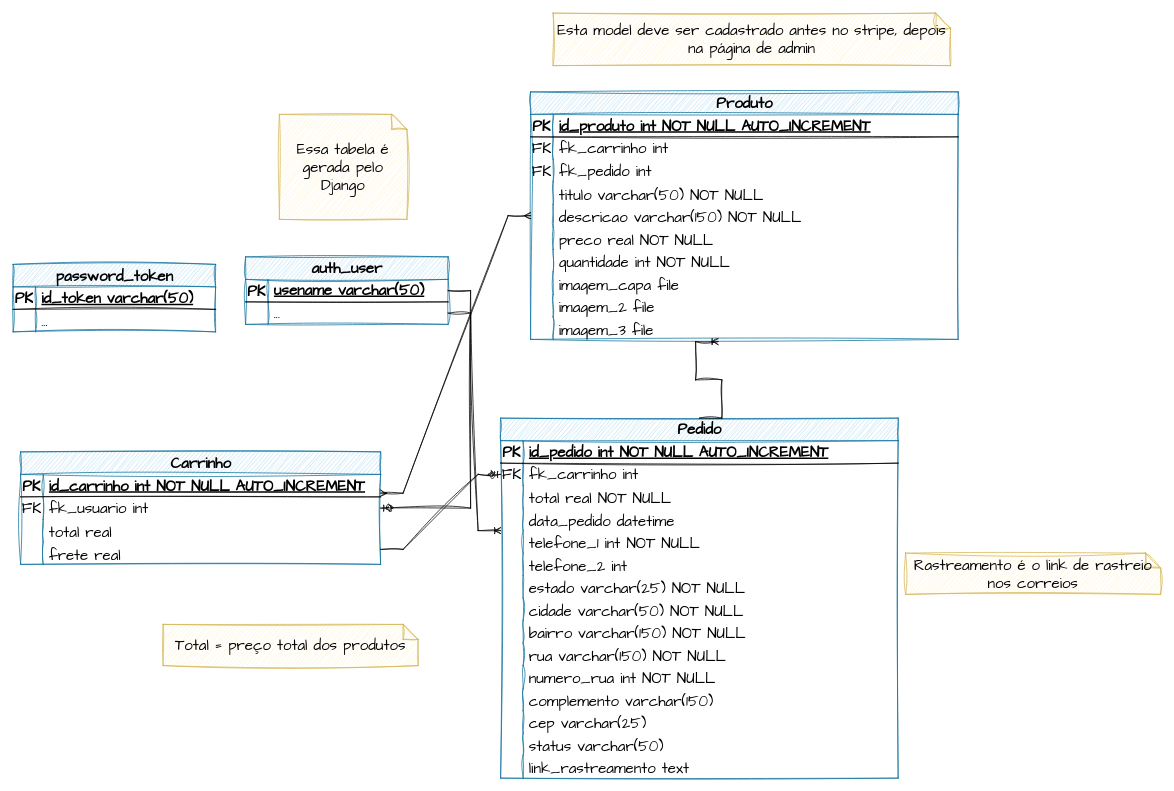
The draw.io diagram docs/DER.drawio in rafaelngoncalves5/classewatches, before the edit. Source tidied: cells renumbered, new cells numbered last; positions are measured from the earlier drawing's top-left corner, leaving out a move shared by most shapes. Both pictures are drawn from the tidied source at 75%, with x=0, y=0 at pixel (13, 13).
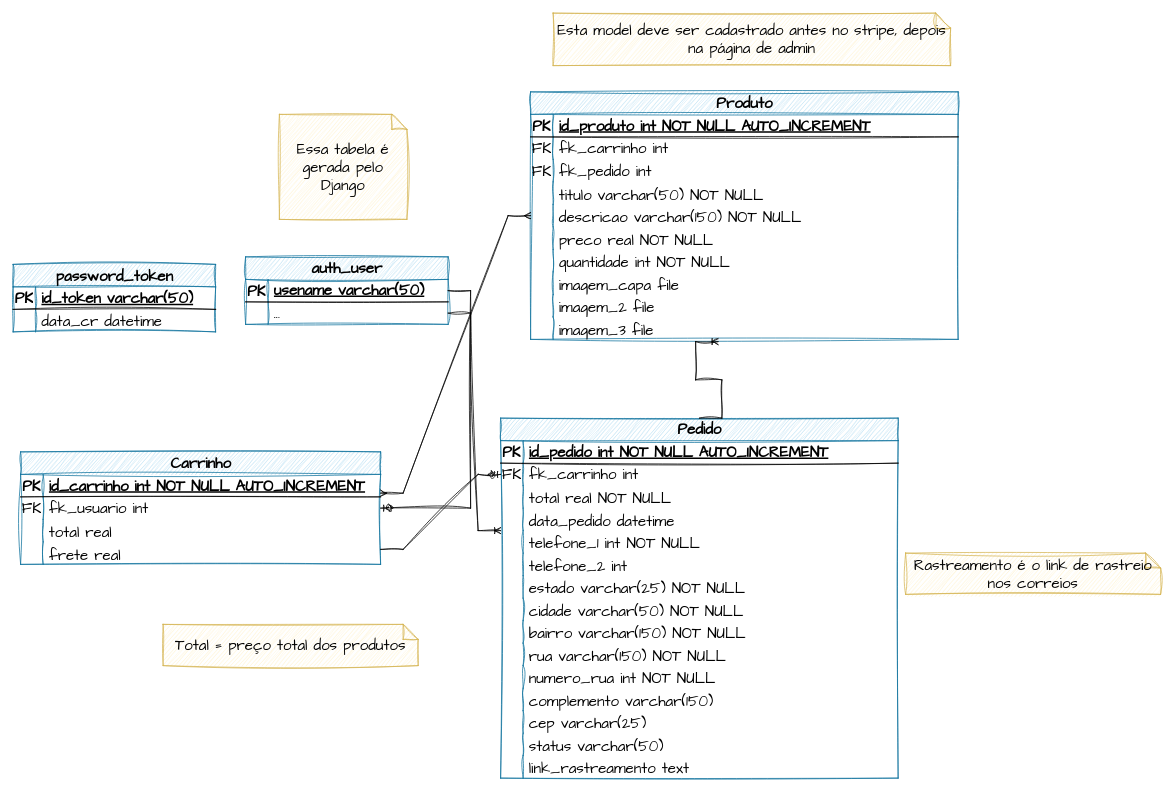
The same page after the edit.

Unchanged cells that the change refers to:
```xml
<mxCell id="112" style="shape=tableRow;horizontal=0;startSize=0;swimlaneHead=0;swimlaneBody=0;fillColor=none;top=0;left=0;right=0;bottom=0;sketch=1;hachureGap=4;jiggle=2;curveFitting=1;fontFamily=Architects Daughter;fontSize=20;" parent="108" vertex="1">
  <mxGeometry y="60" width="270" height="30" as="geometry" />
</mxCell>
```

The edit, as a diff of the source:
```diff
@@
-    <mxCell id="113" style="shape=partialRectangle;fillColor=none;top=0;left=0;bottom=0;right=0;overflow=hidden;whiteSpace=wrap;html=1;sketch=1;hachureGap=4;jiggle=2;curveFitting=1;fontFamily=Architects Daughter;fontSize=20;" parent="112" vertex="1">
-      <mxGeometry width="30" height="30" as="geometry" />
-    </mxCell>
-    <mxCell id="114" value="..." style="shape=partialRectangle;fillColor=none;top=0;left=0;bottom=0;right=0;align=left;spacingLeft=6;overflow=hidden;whiteSpace=wrap;html=1;sketch=1;hachureGap=4;jiggle=2;curveFitting=1;fontFamily=Architects Daughter;fontSize=20;" parent="112" vertex="1">
-      <mxGeometry x="30" width="240" height="30" as="geometry" />
-    </mxCell>
+    <mxCell id="115" style="shape=partialRectangle;fillColor=none;top=0;left=0;bottom=0;right=0;fontStyle=0;overflow=hidden;whiteSpace=wrap;html=1;sketch=1;hachureGap=4;jiggle=2;curveFitting=1;fontFamily=Architects Daughter;fontSize=20;" parent="112" vertex="1">
+      <mxGeometry width="30" height="30" as="geometry" />
+    </mxCell>
+    <mxCell id="116" value="data_cr datetime" style="shape=partialRectangle;fillColor=none;top=0;left=0;bottom=0;right=0;align=left;spacingLeft=6;fontStyle=0;overflow=hidden;whiteSpace=wrap;html=1;sketch=1;hachureGap=4;jiggle=2;curveFitting=1;fontFamily=Architects Daughter;fontSize=20;" parent="112" vertex="1">
+      <mxGeometry x="30" width="240" height="30" as="geometry" />
+    </mxCell>
```
